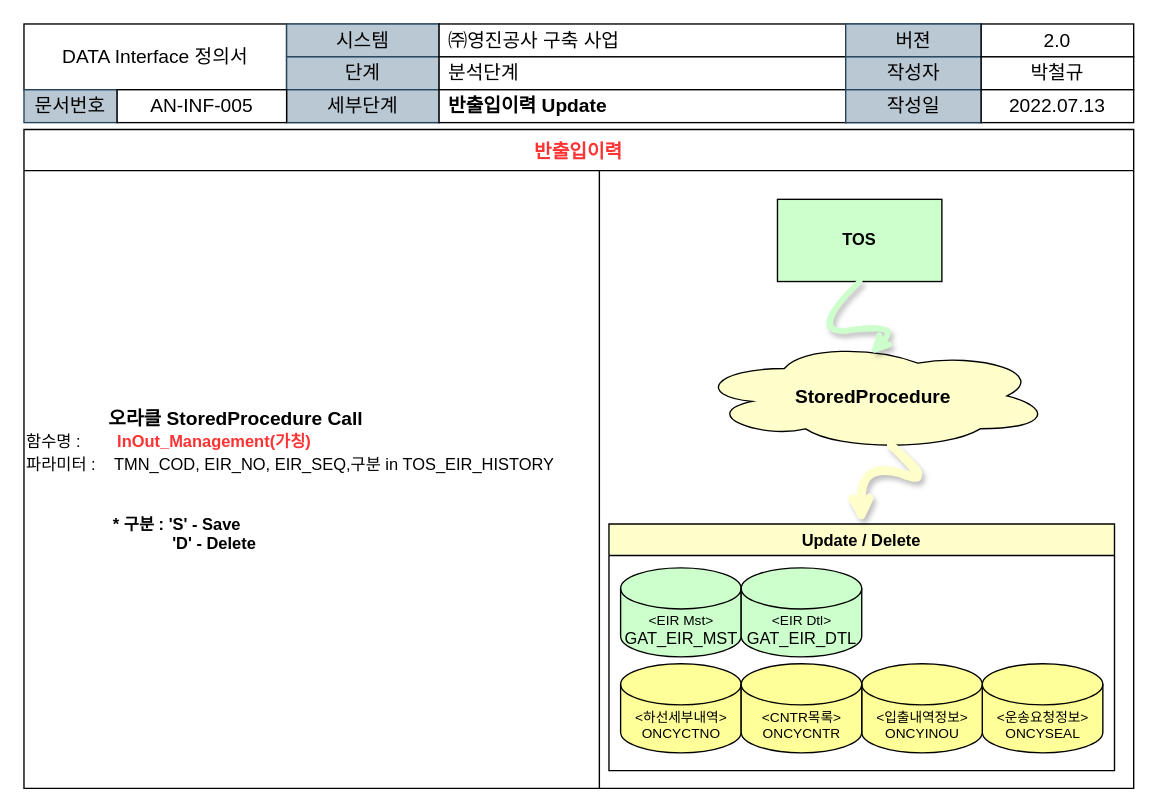
Before: page "반출입이력 Update" (5 of 9) of 산출물/프로세스 명세서 (Data Interface).drawio in yabadadu/-, a draw.io diagram. Source tidied: cells renumbered, new cells numbered last; positions are measured from the earlier drawing's top-left corner, leaving out a move shared by most shapes. Both pictures are drawn from the tidied source at 137%, with x=0, y=0 at pixel (23, 23).
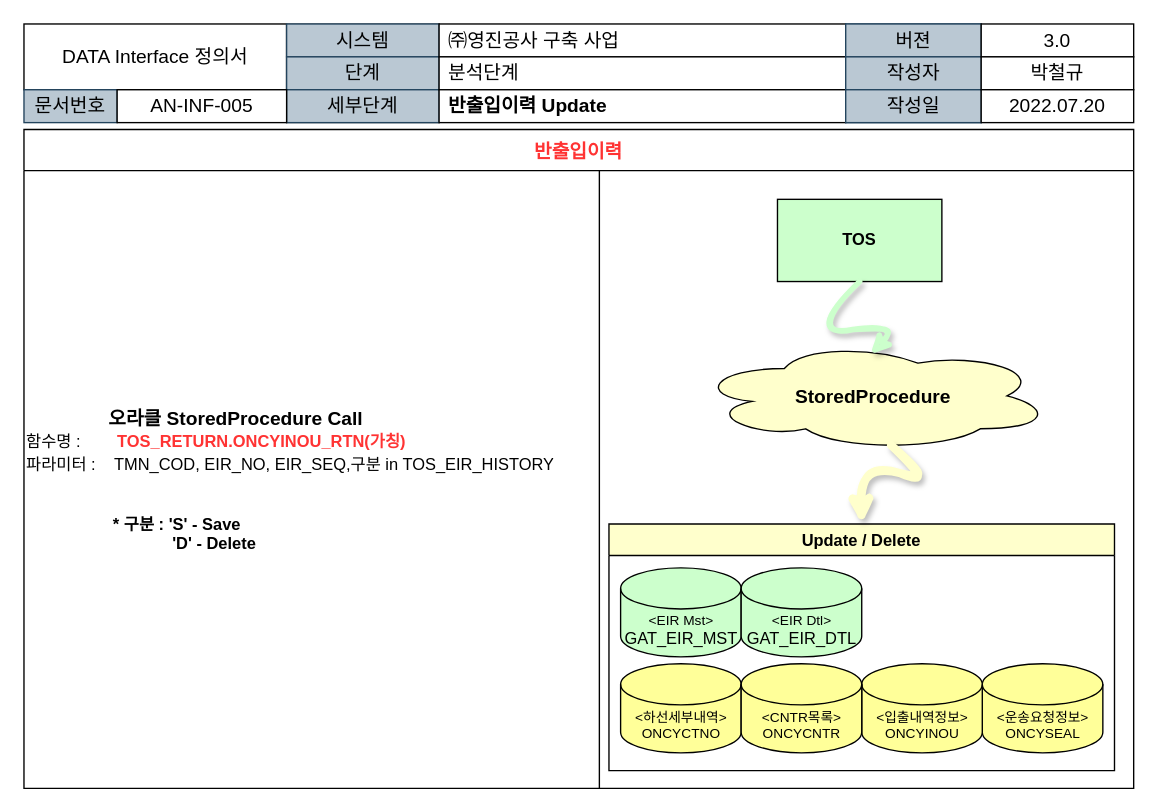
The same page after the edit.

The change refers to these unchanged cells:
```xml
<mxCell id="16" style="group;" parent="2" vertex="1">
  <mxGeometry x="698.7" width="111.3" height="72" as="geometry" />
</mxCell>
<mxCell id="24" style="shape=tableRow;horizontal=0;startSize=0;swimlaneHead=0;swimlaneBody=0;top=0;left=0;bottom=0;right=0;fillColor=none;fontSize=14;fontColor=#FF3333;" parent="23" vertex="1">
  <mxGeometry y="30" width="810" height="451" as="geometry" />
</mxCell>
```

Change to the diagram source:
```diff
@@
-    <mxCell id="17" value="2.0" style="rounded=0;whiteSpace=wrap;html=1;fontSize=14;" parent="16" vertex="1">
+    <mxCell id="17" value="3.0" style="rounded=0;whiteSpace=wrap;html=1;fontSize=14;" parent="16" vertex="1">
       <mxGeometry width="111.3" height="24" as="geometry" />
     </mxCell>
@@
-    <mxCell id="20" value="2022.07.13" style="rounded=0;whiteSpace=wrap;html=1;fontSize=14;" parent="16" vertex="1">
+    <mxCell id="20" value="2022.07.20" style="rounded=0;whiteSpace=wrap;html=1;fontSize=14;" parent="16" vertex="1">
       <mxGeometry y="48" width="111.3" height="24" as="geometry" />
     </mxCell>
@@
-    <mxCell id="25" value="&lt;div style=&quot;&quot;&gt;&lt;div style=&quot;&quot;&gt;&lt;font style=&quot;font-size: 12px;&quot; color=&quot;#000000&quot;&gt;&amp;nbsp; &amp;nbsp; &amp;nbsp; &amp;nbsp; &amp;nbsp; &amp;nbsp; &amp;nbsp; &amp;nbsp; &amp;nbsp;&amp;nbsp;&lt;/font&gt;&lt;font style=&quot;font-size: 14px; color: rgb(0, 0, 0);&quot;&gt;&lt;b&gt;오라클 StoredProcedure Call&lt;/b&gt;&lt;/font&gt;&lt;br&gt;&lt;font style=&quot;font-size: 12px;&quot; color=&quot;#000000&quot;&gt;함수명 :&amp;nbsp; &amp;nbsp; &amp;nbsp; &amp;nbsp; &lt;/font&gt;&lt;b style=&quot;font-size: 12px;&quot;&gt;InOut_Management(가칭)&lt;/b&gt;&lt;br&gt;&lt;font style=&quot;&quot; color=&quot;#000000&quot;&gt;&lt;span style=&quot;font-size: 12px;&quot;&gt;파라미터 :&amp;nbsp; &amp;nbsp; TMN_COD, EIR_NO, EIR_SEQ,구분 in TOS_EIR_HISTORY&lt;/span&gt;&lt;/font&gt;&lt;br&gt;&lt;/div&gt;&lt;div style=&quot;color: rgb(0, 0, 0); font-size: 12px;&quot;&gt;&lt;br&gt;&lt;/div&gt;&lt;div style=&quot;color: rgb(0, 0, 0); font-size: 12px;&quot;&gt;&lt;br&gt;&lt;/div&gt;&lt;div style=&quot;color: rgb(0, 0, 0); font-size: 12px;&quot;&gt;&amp;nbsp; &amp;nbsp; &amp;nbsp; &amp;nbsp; &amp;nbsp; &amp;nbsp; &amp;nbsp; &amp;nbsp; &amp;nbsp; &amp;nbsp;&lt;b&gt;* 구분 : 'S' - Save&lt;/b&gt;&lt;/div&gt;&lt;div style=&quot;color: rgb(0, 0, 0); font-size: 12px;&quot;&gt;&lt;b&gt;&amp;nbsp; &amp;nbsp; &amp;nbsp; &amp;nbsp; &amp;nbsp; &amp;nbsp; &amp;nbsp; &amp;nbsp; &amp;nbsp; &amp;nbsp; &amp;nbsp; &amp;nbsp; &amp;nbsp; &amp;nbsp; &amp;nbsp; &amp;nbsp; 'D' - Delete&lt;/b&gt;&lt;/div&gt;&lt;/div&gt;" style="shape=partialRectangle;html=1;whiteSpace=wrap;fillColor=none;top=0;left=0;bottom=0;right=0;overflow=hidden;fontSize=14;fontColor=#FF3333;align=left;" parent="24" vertex="1">
+    <mxCell id="25" value="&lt;div style=&quot;&quot;&gt;&lt;div style=&quot;&quot;&gt;&lt;font style=&quot;font-size: 12px;&quot; color=&quot;#000000&quot;&gt;&amp;nbsp; &amp;nbsp; &amp;nbsp; &amp;nbsp; &amp;nbsp; &amp;nbsp; &amp;nbsp; &amp;nbsp; &amp;nbsp;&amp;nbsp;&lt;/font&gt;&lt;font style=&quot;font-size: 14px; color: rgb(0, 0, 0);&quot;&gt;&lt;b&gt;오라클 StoredProcedure Call&lt;/b&gt;&lt;/font&gt;&lt;br&gt;&lt;font style=&quot;font-size: 12px;&quot; color=&quot;#000000&quot;&gt;함수명 :&amp;nbsp; &amp;nbsp; &amp;nbsp; &amp;nbsp; &lt;/font&gt;&lt;b style=&quot;font-size: 12px;&quot;&gt;TOS_RETURN.ONCYINOU_RTN(가칭)&lt;/b&gt;&lt;br&gt;&lt;font style=&quot;&quot; color=&quot;#000000&quot;&gt;&lt;span style=&quot;font-size: 12px;&quot;&gt;파라미터 :&amp;nbsp; &amp;nbsp; TMN_COD, EIR_NO, EIR_SEQ,구분 in TOS_EIR_HISTORY&lt;/span&gt;&lt;/font&gt;&lt;br&gt;&lt;/div&gt;&lt;div style=&quot;color: rgb(0, 0, 0); font-size: 12px;&quot;&gt;&lt;br&gt;&lt;/div&gt;&lt;div style=&quot;color: rgb(0, 0, 0); font-size: 12px;&quot;&gt;&lt;br&gt;&lt;/div&gt;&lt;div style=&quot;color: rgb(0, 0, 0); font-size: 12px;&quot;&gt;&amp;nbsp; &amp;nbsp; &amp;nbsp; &amp;nbsp; &amp;nbsp; &amp;nbsp; &amp;nbsp; &amp;nbsp; &amp;nbsp; &amp;nbsp;&lt;b&gt;* 구분 : 'S' - Save&lt;/b&gt;&lt;/div&gt;&lt;div style=&quot;color: rgb(0, 0, 0); font-size: 12px;&quot;&gt;&lt;b&gt;&amp;nbsp; &amp;nbsp; &amp;nbsp; &amp;nbsp; &amp;nbsp; &amp;nbsp; &amp;nbsp; &amp;nbsp; &amp;nbsp; &amp;nbsp; &amp;nbsp; &amp;nbsp; &amp;nbsp; &amp;nbsp; &amp;nbsp; &amp;nbsp; 'D' - Delete&lt;/b&gt;&lt;/div&gt;&lt;/div&gt;" style="shape=partialRectangle;html=1;whiteSpace=wrap;fillColor=none;top=0;left=0;bottom=0;right=0;overflow=hidden;fontSize=14;fontColor=#FF3333;align=left;" parent="24" vertex="1">
       <mxGeometry width="420" height="451" as="geometry" />
     </mxCell>
```
